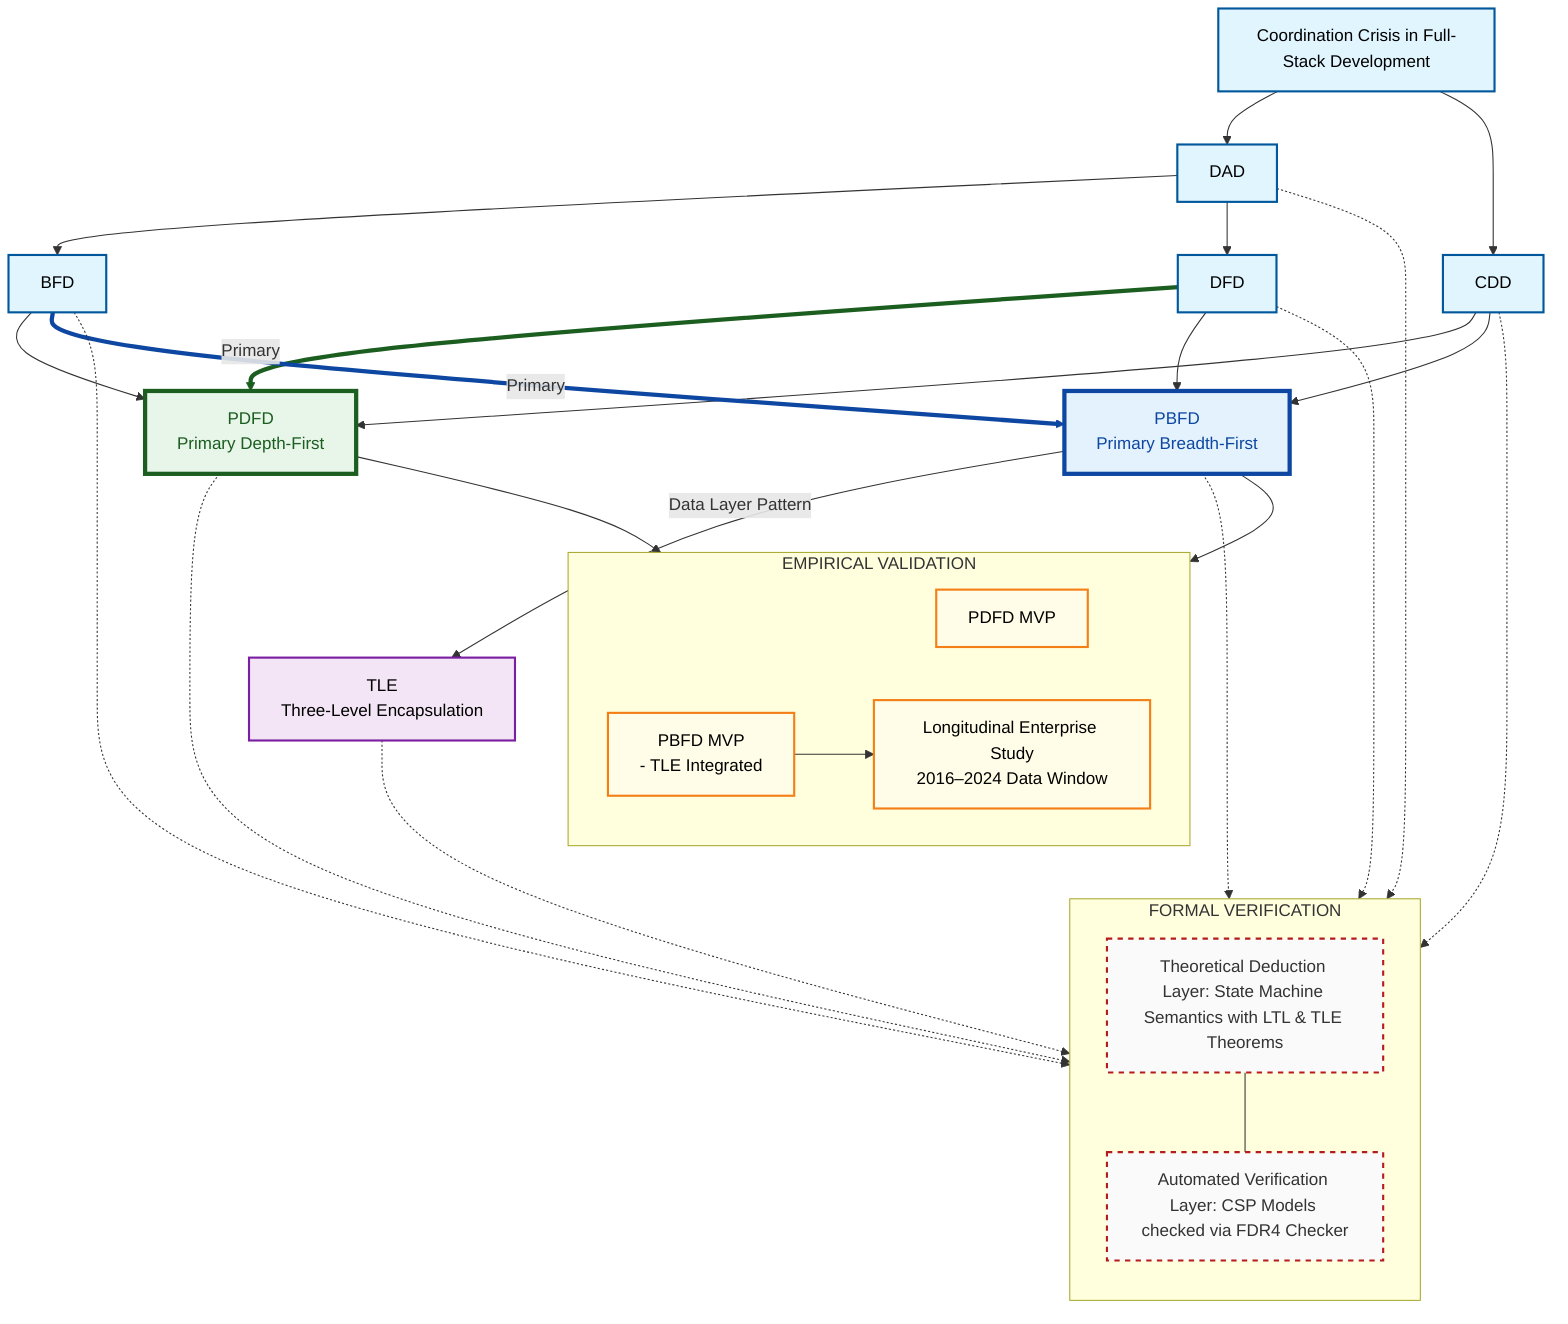
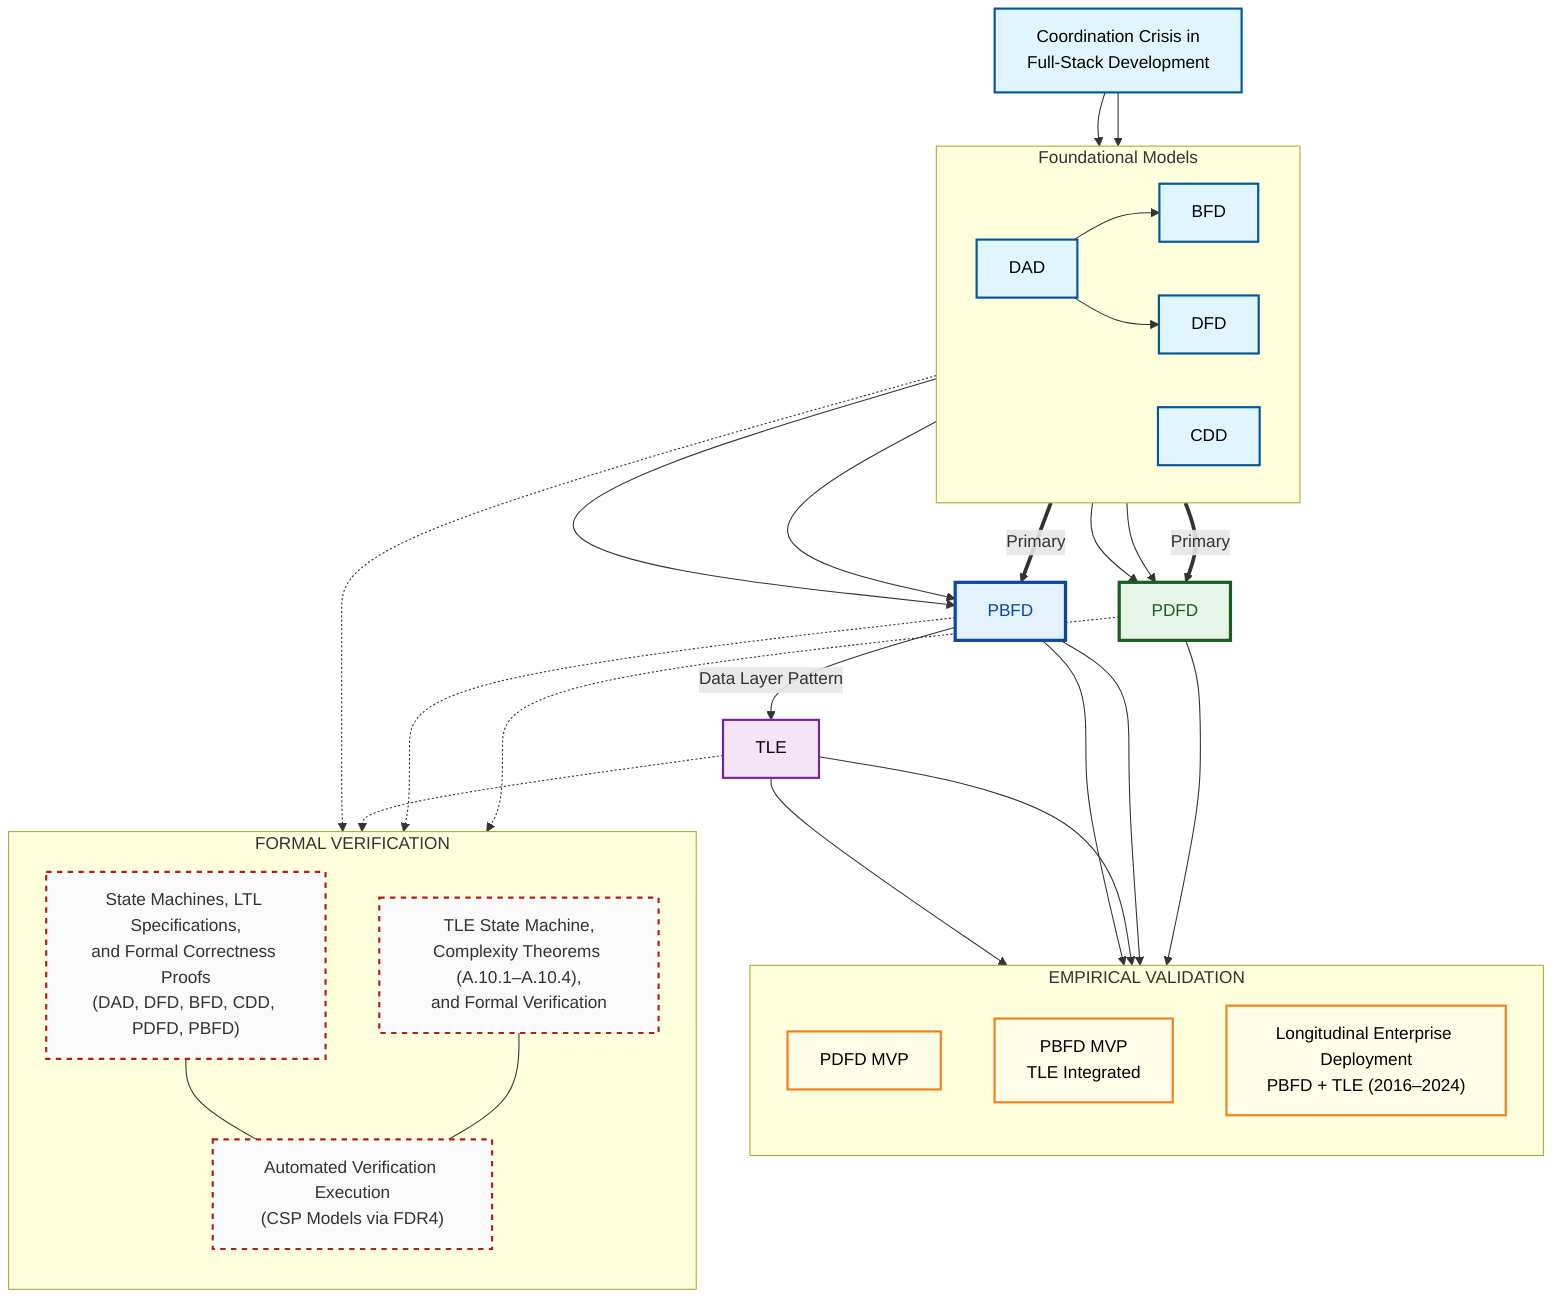
- graph TD
-     %% --- Definitions and Styling ---
+ graph TB
+     %% --- Custom Styling Blocks ---
    classDef foundation fill:#E1F5FE,stroke:#01579B,stroke-width:2px,color:#000;
-     classDef proposedPBFD fill:#E3F2FD,stroke:#0D47A1,stroke-width:4px,color:#0D47A1;
-     classDef proposedPDFD fill:#E8F5E9,stroke:#1B5E20,stroke-width:4px,color:#1B5E20;
+     classDef proposedPBFD fill:#E3F2FD,stroke:#0D47A1,stroke-width:3px,color:#0D47A1;
+     classDef proposedPDFD fill:#E8F5E9,stroke:#1B5E20,stroke-width:3px,color:#1B5E20;
    classDef component fill:#F3E5F5,stroke:#7B1FA2,stroke-width:2px,color:#000;
    classDef validation fill:#FFFDE7,stroke:#F57F17,stroke-width:2px,color:#000;
-     classDef formal fill:#FAFAFA,stroke:#B71C1C,stroke-width:2px,stroke-dasharray: 5 5;
+     classDef formal fill:#FAFAFA,stroke:#B71C1C,stroke-width:2px,stroke-dasharray:5 5;

-     %% --- Level 1 & 2: Theoretical Roots ---
-     L1[Coordination Crisis in Full-Stack Development]:::foundation
-     L1 --> DAD[DAD]:::foundation
-     L1 --> CDD[CDD]:::foundation
+     %% --- Root Foundations ---
+     L1[Coordination Crisis in<br/>Full-Stack Development]:::foundation

-     %% --- Level 3: Intermediate Models ---
-     DAD --> BFD[BFD]:::foundation
-     DAD --> DFD[DFD]:::foundation
+     subgraph Baseline["Foundational Models"]
+         direction LR
+         DAD[DAD]:::foundation
+         CDD[CDD]:::foundation
+         BFD[BFD]:::foundation
+         DFD[DFD]:::foundation
+     end

-     %% --- Level 4: Core Methodologies (Strategy) ---
-     DFD == "Primary" ==> PDFD[PDFD<br/>Primary Depth-First]:::proposedPDFD
+     L1 --> DAD
+     L1 --> CDD
+ 
+     DAD --> BFD
+     DAD --> DFD
+ 
+     %% --- Methodology Synthesis ---
+     PDFD[PDFD]:::proposedPDFD
+     PBFD[PBFD]:::proposedPBFD
+     TLE[TLE]:::component
+ 
+     DFD == "Primary" ==> PDFD
    BFD --> PDFD
    CDD --> PDFD

-     BFD == "Primary" ==> PBFD[PBFD<br/>Primary Breadth-First]:::proposedPBFD
+     BFD == "Primary" ==> PBFD
    DFD --> PBFD
    CDD --> PBFD

-     %% --- Level 5: Implementation Pattern (Data Layer) ---
-     PBFD -- "Data Layer Pattern" --> TLE[TLE<br/>Three-Level Encapsulation]:::component
+     PBFD -- "Data Layer Pattern" --> TLE

-     %% --- Level 6: Empirical Validation ---
-     subgraph EVW [EMPIRICAL VALIDATION]
-         direction LR
+     %% --- Empirical Validation ---
+     subgraph EVW["EMPIRICAL VALIDATION"]
+         direction TB
+ 
        PdMVP[PDFD MVP]:::validation
-         PMVP[PBFD MVP<br/>- TLE Integrated]:::validation
-         PED["Longitudinal Enterprise Study<br/>2016–2024 Data Window"]:::validation
-         PMVP --> PED
+ 
+         PMVP[PBFD MVP<br/>TLE Integrated]:::validation
+ 
+         PED["Longitudinal Enterprise Deployment<br/>PBFD + TLE (2016–2024)"]:::validation
    end

-     %% SOLID LINKS
    PDFD --> PdMVP
+ 
    PBFD --> PMVP
+     TLE --> PMVP

-     %% --- Level 7: Formal Verification Workflow ---
-     subgraph FVW [FORMAL VERIFICATION]
+     PBFD --> PED
+     TLE --> PED
+ 
+     %% --- Formal Verification ---
+     subgraph FVW["FORMAL VERIFICATION"]
        direction TB
-         TDL["Theoretical Deduction Layer: State Machine Semantics with LTL & TLE Theorems"]:::formal
-         AVL["Automated Verification Layer: CSP Models checked via FDR4 Checker"]:::formal
-         TDL --- AVL
+ 
+         MethodologyLayer["State Machines, LTL Specifications,<br/>and Formal Correctness Proofs<br/>(DAD, DFD, BFD, CDD, PDFD, PBFD)"]:::formal
+ 
+         TLELayer["TLE State Machine,<br/>Complexity Theorems (A.10.1–A.10.4),<br/>and Formal Verification"]:::formal
+ 
+         AVL["Automated Verification Execution<br/>(CSP Models via FDR4)"]:::formal
+ 
+         MethodologyLayer --- AVL
+         TLELayer --- AVL
    end

-     %% Coverage Connections
-     DAD & CDD & BFD & DFD -.-> FVW
-     PDFD & PBFD & TLE -.-> FVW
+     %% --- Verification Coverage ---
+     Baseline -.-> MethodologyLayer
+     PDFD -.-> MethodologyLayer
+     PBFD -.-> MethodologyLayer

-     %% Styling Primary Links
-     linkStyle 4 stroke:#1B5E20,stroke-width:4px;
-     linkStyle 7 stroke:#0D47A1,stroke-width:4px;
+     TLE -.-> TLELayer
